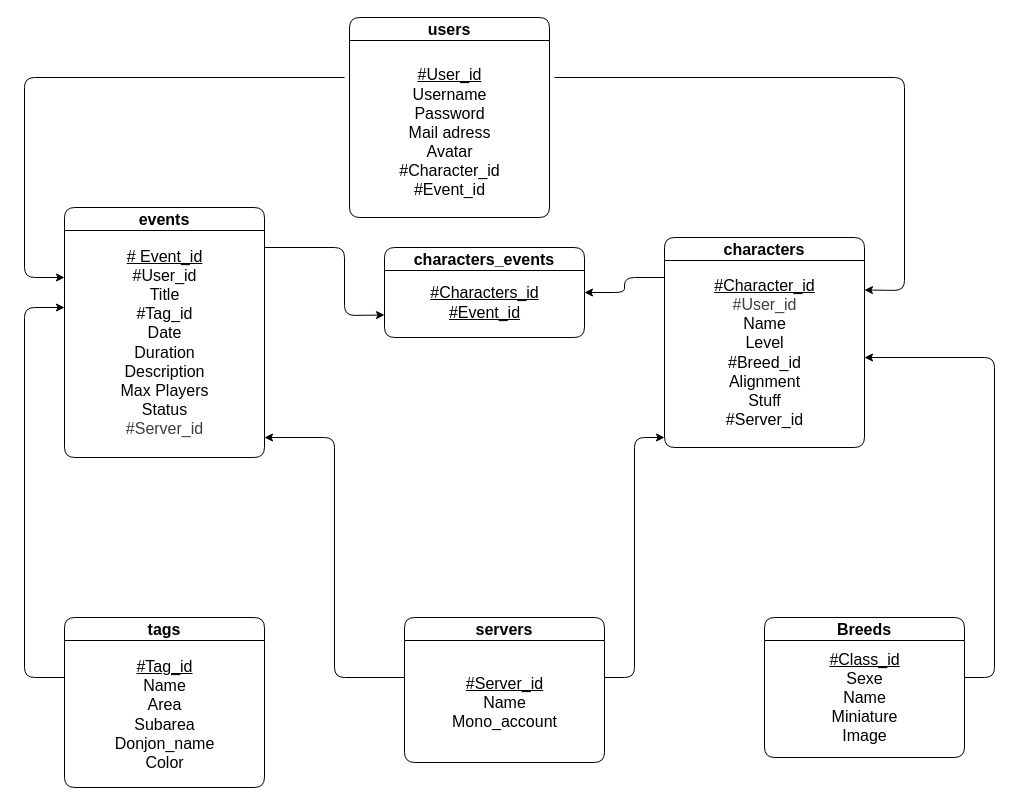
The draw.io diagram docs/database/MLD.drawio in AlexandreDejour/DofusGroup, before the edit. Source tidied: cells renumbered, new cells numbered last; positions are measured from the earlier drawing's top-left corner, leaving out a move shared by most shapes. Both pictures are drawn from the tidied source at 100%, with x=0, y=0 at pixel (24, 17).
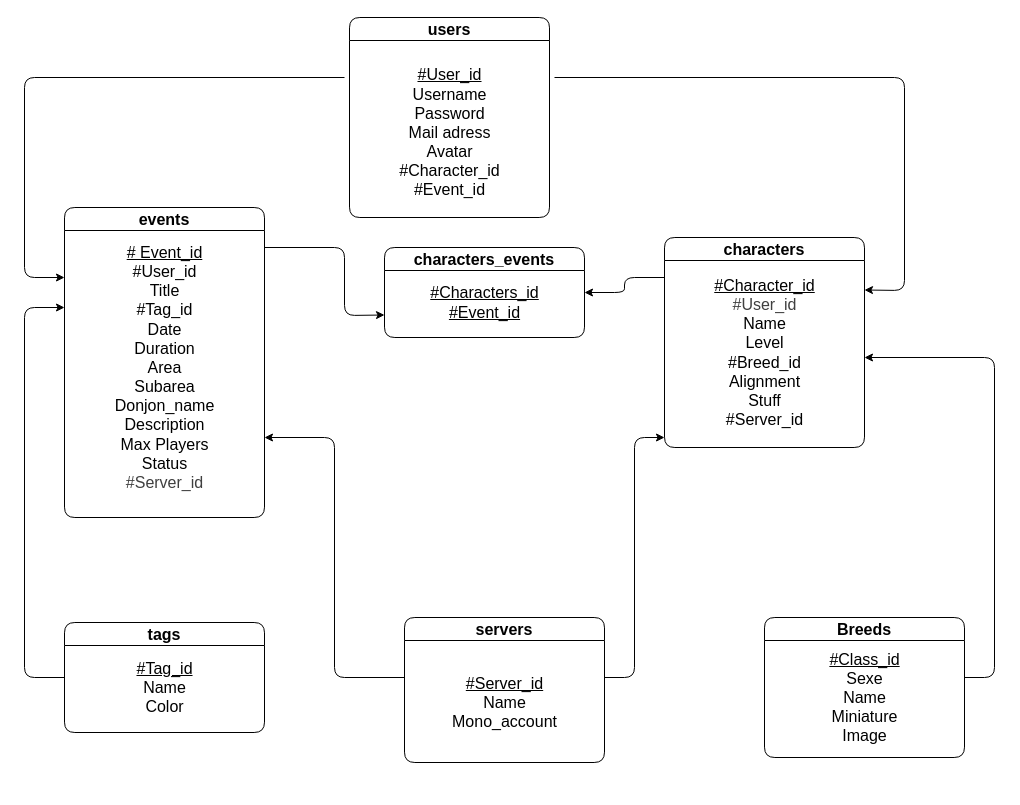
The same page after the edit.

Change to the diagram source:
```diff
@@
     <mxCell id="11" value="&lt;font style=&quot;font-size: 16px;&quot;&gt;events&lt;/font&gt;" style="swimlane;whiteSpace=wrap;html=1;rounded=1;startSize=23;" parent="1" vertex="1">
-      <mxGeometry x="40" y="190" width="200" height="250" as="geometry" />
+      <mxGeometry x="40" y="190" width="200" height="310" as="geometry" />
     </mxCell>
-    <mxCell id="12" value="&lt;span style=&quot;font-size: 16px;&quot;&gt;&lt;u&gt;# Event_id&lt;/u&gt;&lt;/span&gt;&lt;div&gt;&lt;span style=&quot;font-size: 16px;&quot;&gt;#User_id&lt;br&gt;&lt;/span&gt;&lt;div&gt;&lt;span style=&quot;font-size: 16px;&quot;&gt;Title&lt;/span&gt;&lt;/div&gt;&lt;div&gt;&lt;span style=&quot;font-size: 16px;&quot;&gt;#Tag_id&lt;/span&gt;&lt;/div&gt;&lt;div&gt;&lt;span style=&quot;font-size: 16px; background-color: transparent;&quot;&gt;Date&lt;/span&gt;&lt;br&gt;&lt;/div&gt;&lt;div&gt;&lt;span style=&quot;font-size: 16px;&quot;&gt;Duration&lt;/span&gt;&lt;/div&gt;&lt;div&gt;&lt;span style=&quot;font-size: 16px;&quot;&gt;Description&lt;/span&gt;&lt;/div&gt;&lt;div&gt;&lt;span style=&quot;font-size: 16px;&quot;&gt;Max Players&lt;/span&gt;&lt;/div&gt;&lt;div&gt;&lt;span style=&quot;font-size: 16px;&quot;&gt;Status&lt;/span&gt;&lt;/div&gt;&lt;div&gt;&lt;span style=&quot;color: rgb(63, 63, 63); font-size: 16px;&quot;&gt;#Server_id&lt;/span&gt;&lt;/div&gt;&lt;/div&gt;" style="text;html=1;align=center;verticalAlign=middle;strokeColor=none;fillColor=none;" parent="11" vertex="1">
-      <mxGeometry x="45" y="30" width="110" height="210" as="geometry" />
+    <mxCell id="12" value="&lt;span style=&quot;font-size: 16px;&quot;&gt;&lt;u&gt;# Event_id&lt;/u&gt;&lt;/span&gt;&lt;div&gt;&lt;span style=&quot;font-size: 16px;&quot;&gt;#User_id&lt;br&gt;&lt;/span&gt;&lt;div&gt;&lt;span style=&quot;font-size: 16px;&quot;&gt;Title&lt;/span&gt;&lt;/div&gt;&lt;div&gt;&lt;span style=&quot;font-size: 16px;&quot;&gt;#Tag_id&lt;/span&gt;&lt;/div&gt;&lt;div&gt;&lt;span style=&quot;font-size: 16px; background-color: transparent;&quot;&gt;Date&lt;/span&gt;&lt;br&gt;&lt;/div&gt;&lt;div&gt;&lt;span style=&quot;font-size: 16px;&quot;&gt;Duration&lt;/span&gt;&lt;/div&gt;&lt;div&gt;&lt;div&gt;&lt;span style=&quot;font-size: 16px;&quot;&gt;Area&lt;/span&gt;&lt;/div&gt;&lt;div&gt;&lt;span style=&quot;font-size: 16px;&quot;&gt;Subarea&lt;/span&gt;&lt;/div&gt;&lt;div&gt;&lt;span style=&quot;font-size: 16px;&quot;&gt;Donjon_name&lt;/span&gt;&lt;/div&gt;&lt;/div&gt;&lt;div&gt;&lt;span style=&quot;font-size: 16px;&quot;&gt;Description&lt;/span&gt;&lt;/div&gt;&lt;div&gt;&lt;span style=&quot;font-size: 16px;&quot;&gt;Max Players&lt;/span&gt;&lt;/div&gt;&lt;div&gt;&lt;span style=&quot;font-size: 16px;&quot;&gt;Status&lt;/span&gt;&lt;/div&gt;&lt;div&gt;&lt;span style=&quot;color: rgb(63, 63, 63); font-size: 16px;&quot;&gt;#Server_id&lt;/span&gt;&lt;/div&gt;&lt;/div&gt;" style="text;html=1;align=center;verticalAlign=middle;strokeColor=none;fillColor=none;" parent="11" vertex="1">
+      <mxGeometry x="40" y="30" width="120" height="260" as="geometry" />
     </mxCell>
@@
     <mxCell id="14" value="&lt;font style=&quot;font-size: 16px;&quot;&gt;tags&lt;/font&gt;" style="swimlane;whiteSpace=wrap;html=1;rounded=1;" parent="1" vertex="1">
-      <mxGeometry x="40" y="600" width="200" height="170" as="geometry" />
+      <mxGeometry x="40" y="605" width="200" height="110" as="geometry" />
     </mxCell>
-    <mxCell id="15" value="&lt;span style=&quot;font-size: 16px;&quot;&gt;&lt;u&gt;#Tag_id&lt;/u&gt;&lt;/span&gt;&lt;div&gt;&lt;span style=&quot;font-size: 16px;&quot;&gt;Name&lt;/span&gt;&lt;/div&gt;&lt;div&gt;&lt;span style=&quot;font-size: 16px;&quot;&gt;Area&lt;/span&gt;&lt;/div&gt;&lt;div&gt;&lt;span style=&quot;font-size: 16px;&quot;&gt;Subarea&lt;/span&gt;&lt;/div&gt;&lt;div&gt;&lt;span style=&quot;font-size: 16px;&quot;&gt;Donjon_name&lt;/span&gt;&lt;/div&gt;&lt;div&gt;&lt;span style=&quot;font-size: 16px;&quot;&gt;Color&lt;/span&gt;&lt;/div&gt;" style="text;html=1;align=center;verticalAlign=middle;strokeColor=none;fillColor=none;" parent="14" vertex="1">
-      <mxGeometry x="40" y="32" width="120" height="130" as="geometry" />
+    <mxCell id="15" value="&lt;span style=&quot;font-size: 16px;&quot;&gt;&lt;u&gt;#Tag_id&lt;/u&gt;&lt;/span&gt;&lt;div&gt;&lt;span style=&quot;font-size: 16px;&quot;&gt;Name&lt;/span&gt;&lt;/div&gt;&lt;div&gt;&lt;span style=&quot;font-size: 16px; background-color: transparent;&quot;&gt;Color&lt;/span&gt;&lt;/div&gt;" style="text;html=1;align=center;verticalAlign=middle;strokeColor=none;fillColor=none;" parent="14" vertex="1">
+      <mxGeometry x="60" y="30" width="80" height="70" as="geometry" />
     </mxCell>
```
